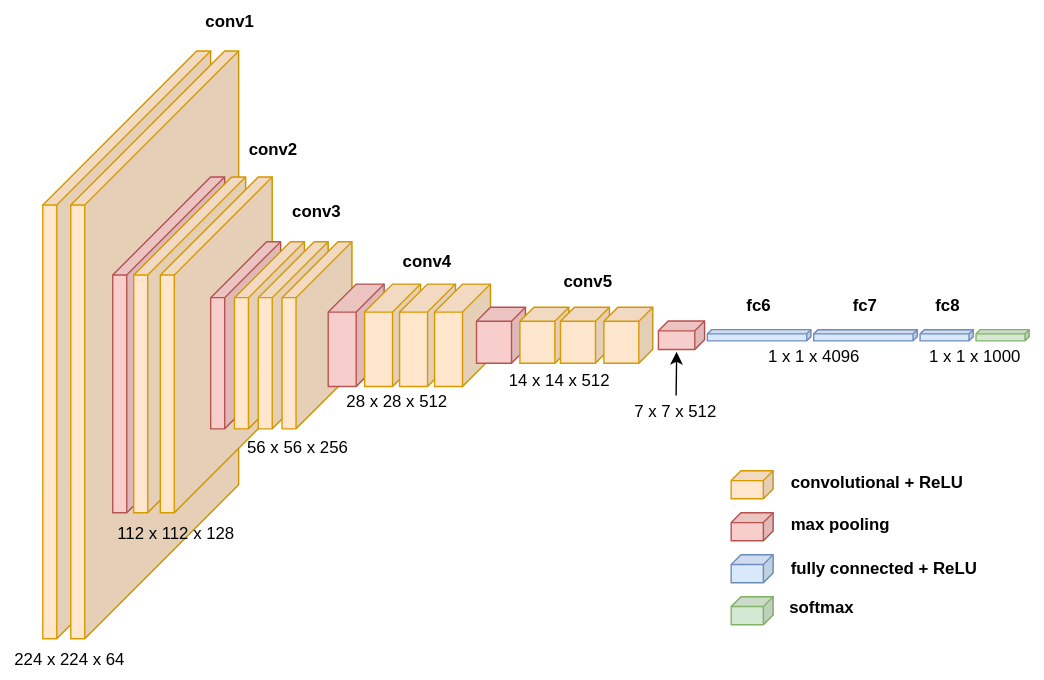
This is Untitled Diagram.drawio.svg from blackpearl006/kaggle-notebooks, a draw.io export, as it was before one commit. Source tidied: cells renumbered, new cells last; positions are measured from the earlier drawing's top-left corner, leaving out a move shared by most shapes.
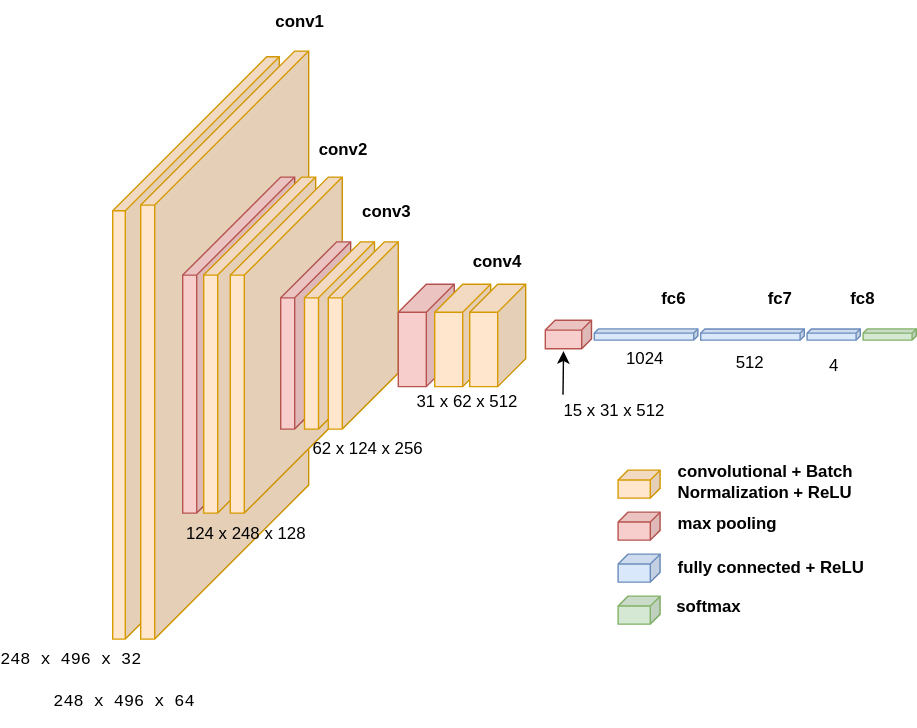
Above is the later version.

The edit, as a diff of the source:
```diff
@@ -3,7 +3,7 @@
     <mxCell id="0" />
     <mxCell id="1" parent="0" />
     <mxCell id="2" style="shape=cube;whiteSpace=wrap;html=1;boundedLbl=1;backgroundOutline=1;darkOpacity=0.05;darkOpacity2=0.1;size=110;direction=east;flipH=1;fillColor=#ffe6cc;strokeColor=#d79b00;" parent="1" vertex="1">
-      <mxGeometry x="30" y="36" width="120" height="420" as="geometry" />
+      <mxGeometry x="30" y="40" width="119" height="416" as="geometry" />
     </mxCell>
     <mxCell id="3" style="shape=cube;whiteSpace=wrap;html=1;boundedLbl=1;backgroundOutline=1;darkOpacity=0.05;darkOpacity2=0.1;size=110;direction=east;flipH=1;fillColor=#ffe6cc;strokeColor=#d79b00;" parent="1" vertex="1">
       <mxGeometry x="50" y="36" width="120" height="420" as="geometry" />
@@ -26,9 +26,6 @@
     <mxCell id="9" style="shape=cube;whiteSpace=wrap;html=1;boundedLbl=1;backgroundOutline=1;darkOpacity=0.05;darkOpacity2=0.1;size=40;direction=east;flipH=1;fillColor=#ffe6cc;strokeColor=#d79b00;" parent="1" vertex="1">
       <mxGeometry x="184" y="172.2" width="50" height="133.8" as="geometry" />
     </mxCell>
-    <mxCell id="10" style="shape=cube;whiteSpace=wrap;html=1;boundedLbl=1;backgroundOutline=1;darkOpacity=0.05;darkOpacity2=0.1;size=40;direction=east;flipH=1;fillColor=#ffe6cc;strokeColor=#d79b00;" parent="1" vertex="1">
-      <mxGeometry x="201" y="172.2" width="50" height="133.8" as="geometry" />
-    </mxCell>
     <mxCell id="11" style="shape=cube;whiteSpace=wrap;html=1;boundedLbl=1;backgroundOutline=1;darkOpacity=0.05;darkOpacity2=0.1;size=20;direction=east;flipH=1;fillColor=#f8cecc;strokeColor=#b85450;" parent="1" vertex="1">
       <mxGeometry x="234" y="202.6" width="40" height="73.1" as="geometry" />
     </mxCell>
@@ -38,41 +35,32 @@
     <mxCell id="13" style="shape=cube;whiteSpace=wrap;html=1;boundedLbl=1;backgroundOutline=1;darkOpacity=0.05;darkOpacity2=0.1;size=20;direction=east;flipH=1;fillColor=#ffe6cc;strokeColor=#d79b00;" parent="1" vertex="1">
       <mxGeometry x="285" y="202.6" width="40" height="73.1" as="geometry" />
     </mxCell>
-    <mxCell id="14" style="shape=cube;whiteSpace=wrap;html=1;boundedLbl=1;backgroundOutline=1;darkOpacity=0.05;darkOpacity2=0.1;size=20;direction=east;flipH=1;fillColor=#ffe6cc;strokeColor=#d79b00;" parent="1" vertex="1">
-      <mxGeometry x="310" y="202.6" width="40" height="73.1" as="geometry" />
-    </mxCell>
-    <mxCell id="15" style="shape=cube;whiteSpace=wrap;html=1;boundedLbl=1;backgroundOutline=1;darkOpacity=0.05;darkOpacity2=0.1;size=10;direction=east;flipH=1;fillColor=#f8cecc;strokeColor=#b85450;" parent="1" vertex="1">
-      <mxGeometry x="340" y="219.1" width="35" height="40" as="geometry" />
-    </mxCell>
-    <mxCell id="16" style="shape=cube;whiteSpace=wrap;html=1;boundedLbl=1;backgroundOutline=1;darkOpacity=0.05;darkOpacity2=0.1;size=10;direction=east;flipH=1;fillColor=#ffe6cc;strokeColor=#d79b00;" parent="1" vertex="1">
-      <mxGeometry x="371" y="219.1" width="35" height="40" as="geometry" />
-    </mxCell>
     <mxCell id="17" style="shape=cube;whiteSpace=wrap;html=1;boundedLbl=1;backgroundOutline=1;darkOpacity=0.05;darkOpacity2=0.1;size=7;direction=east;flipH=1;fillColor=#f8cecc;strokeColor=#b85450;" parent="1" vertex="1">
-      <mxGeometry x="470" y="229" width="33" height="20.3" as="geometry" />
+      <mxGeometry x="339" y="228.3" width="33" height="20.3" as="geometry" />
     </mxCell>
     <mxCell id="18" style="shape=cube;whiteSpace=wrap;html=1;boundedLbl=1;backgroundOutline=1;darkOpacity=0.05;darkOpacity2=0.1;size=3;direction=east;flipH=1;fillColor=#dae8fc;strokeColor=#6c8ebf;" parent="1" vertex="1">
-      <mxGeometry x="505" y="235.1" width="74" height="8" as="geometry" />
+      <mxGeometry x="374" y="234.4" width="74" height="8" as="geometry" />
     </mxCell>
     <mxCell id="19" style="shape=cube;whiteSpace=wrap;html=1;boundedLbl=1;backgroundOutline=1;darkOpacity=0.05;darkOpacity2=0.1;size=3;direction=east;flipH=1;fillColor=#dae8fc;strokeColor=#6c8ebf;" parent="1" vertex="1">
-      <mxGeometry x="581" y="235.1" width="74" height="8" as="geometry" />
+      <mxGeometry x="450" y="234.5" width="74" height="8" as="geometry" />
     </mxCell>
     <mxCell id="20" style="shape=cube;whiteSpace=wrap;html=1;boundedLbl=1;backgroundOutline=1;darkOpacity=0.05;darkOpacity2=0.1;size=3;direction=east;flipH=1;fillColor=#dae8fc;strokeColor=#6c8ebf;" parent="1" vertex="1">
-      <mxGeometry x="657" y="235.1" width="38" height="8" as="geometry" />
+      <mxGeometry x="526" y="234.5" width="38" height="8" as="geometry" />
     </mxCell>
     <mxCell id="21" style="shape=cube;whiteSpace=wrap;html=1;boundedLbl=1;backgroundOutline=1;darkOpacity=0.05;darkOpacity2=0.1;size=7;direction=east;flipH=1;fillColor=#ffe6cc;strokeColor=#d79b00;" parent="1" vertex="1">
-      <mxGeometry x="522" y="336" width="30" height="20" as="geometry" />
+      <mxGeometry x="391" y="335.3" width="30" height="20" as="geometry" />
     </mxCell>
     <mxCell id="22" style="shape=cube;whiteSpace=wrap;html=1;boundedLbl=1;backgroundOutline=1;darkOpacity=0.05;darkOpacity2=0.1;size=7;direction=east;flipH=1;fillColor=#f8cecc;strokeColor=#b85450;" parent="1" vertex="1">
-      <mxGeometry x="522" y="366" width="30" height="20" as="geometry" />
+      <mxGeometry x="391" y="365.3" width="30" height="20" as="geometry" />
     </mxCell>
     <mxCell id="23" style="shape=cube;whiteSpace=wrap;html=1;boundedLbl=1;backgroundOutline=1;darkOpacity=0.05;darkOpacity2=0.1;size=7;direction=east;flipH=1;fillColor=#dae8fc;strokeColor=#6c8ebf;" parent="1" vertex="1">
-      <mxGeometry x="522" y="396" width="30" height="20" as="geometry" />
+      <mxGeometry x="391" y="395.3" width="30" height="20" as="geometry" />
     </mxCell>
     <mxCell id="24" style="shape=cube;whiteSpace=wrap;html=1;boundedLbl=1;backgroundOutline=1;darkOpacity=0.05;darkOpacity2=0.1;size=3;direction=east;flipH=1;fillColor=#d5e8d4;strokeColor=#82b366;" parent="1" vertex="1">
-      <mxGeometry x="697" y="235.1" width="38" height="8" as="geometry" />
+      <mxGeometry x="566" y="234.4" width="38" height="8" as="geometry" />
     </mxCell>
     <mxCell id="25" style="shape=cube;whiteSpace=wrap;html=1;boundedLbl=1;backgroundOutline=1;darkOpacity=0.05;darkOpacity2=0.1;size=7;direction=east;flipH=1;fillColor=#d5e8d4;strokeColor=#82b366;" parent="1" vertex="1">
-      <mxGeometry x="522" y="426" width="30" height="20" as="geometry" />
+      <mxGeometry x="391" y="425.3" width="30" height="20" as="geometry" />
     </mxCell>
     <mxCell id="26" value="&lt;b&gt;conv1&lt;/b&gt;" style="text;html=1;strokeColor=none;fillColor=none;align=center;verticalAlign=middle;whiteSpace=wrap;rounded=0;" parent="1" vertex="1">
       <mxGeometry x="144" width="40" height="30" as="geometry" />
@@ -86,62 +74,58 @@
     <mxCell id="29" value="&lt;b&gt;conv4&lt;/b&gt;" style="text;html=1;strokeColor=none;fillColor=none;align=center;verticalAlign=middle;whiteSpace=wrap;rounded=0;" parent="1" vertex="1">
       <mxGeometry x="285" y="172.2" width="40" height="30" as="geometry" />
     </mxCell>
-    <mxCell id="30" value="&lt;b&gt;conv5&lt;/b&gt;" style="text;html=1;strokeColor=none;fillColor=none;align=center;verticalAlign=middle;whiteSpace=wrap;rounded=0;" parent="1" vertex="1">
-      <mxGeometry x="400" y="186" width="40" height="30" as="geometry" />
-    </mxCell>
     <mxCell id="31" value="&lt;b&gt;fc6&lt;/b&gt;" style="text;html=1;strokeColor=none;fillColor=none;align=center;verticalAlign=middle;whiteSpace=wrap;rounded=0;" parent="1" vertex="1">
-      <mxGeometry x="522" y="202.6" width="40" height="30" as="geometry" />
+      <mxGeometry x="411" y="198.3" width="40" height="30" as="geometry" />
     </mxCell>
     <mxCell id="32" value="&lt;b&gt;fc7&lt;/b&gt;" style="text;html=1;strokeColor=none;fillColor=none;align=center;verticalAlign=middle;whiteSpace=wrap;rounded=0;" parent="1" vertex="1">
-      <mxGeometry x="598" y="202.6" width="40" height="30" as="geometry" />
+      <mxGeometry x="487" y="198.3" width="40" height="30" as="geometry" />
     </mxCell>
     <mxCell id="33" value="&lt;b&gt;fc8&lt;/b&gt;" style="text;html=1;strokeColor=none;fillColor=none;align=center;verticalAlign=middle;whiteSpace=wrap;rounded=0;" parent="1" vertex="1">
-      <mxGeometry x="657" y="202.6" width="40" height="30" as="geometry" />
+      <mxGeometry x="546" y="198.3" width="40" height="30" as="geometry" />
     </mxCell>
-    <mxCell id="34" value="224 x 224 x 64" style="text;html=1;strokeColor=none;fillColor=none;align=center;verticalAlign=middle;whiteSpace=wrap;rounded=0;" parent="1" vertex="1">
-      <mxGeometry y="456" width="99" height="30" as="geometry" />
+    <mxCell id="34" value="&lt;pre&gt;248 x 496 x 64&lt;/pre&gt;" style="text;html=1;strokeColor=none;fillColor=none;align=center;verticalAlign=middle;whiteSpace=wrap;rounded=0;" parent="1" vertex="1">
+      <mxGeometry x="-11" y="486" width="99" height="30" as="geometry" />
     </mxCell>
-    <mxCell id="35" value="112 x 112 x 128" style="text;html=1;strokeColor=none;fillColor=none;align=center;verticalAlign=middle;whiteSpace=wrap;rounded=0;" parent="1" vertex="1">
+    <mxCell id="35" value="124 x 248 x 128" style="text;html=1;strokeColor=none;fillColor=none;align=center;verticalAlign=middle;whiteSpace=wrap;rounded=0;" parent="1" vertex="1">
       <mxGeometry x="76" y="366" width="99" height="30" as="geometry" />
     </mxCell>
-    <mxCell id="36" value="56 x 56 x 256" style="text;html=1;strokeColor=none;fillColor=none;align=center;verticalAlign=middle;whiteSpace=wrap;rounded=0;" parent="1" vertex="1">
+    <mxCell id="36" value="62 x 124 x 256" style="text;html=1;strokeColor=none;fillColor=none;align=center;verticalAlign=middle;whiteSpace=wrap;rounded=0;" parent="1" vertex="1">
       <mxGeometry x="163" y="305" width="99" height="30" as="geometry" />
     </mxCell>
-    <mxCell id="37" value="28 x 28 x 512" style="text;html=1;strokeColor=none;fillColor=none;align=center;verticalAlign=middle;whiteSpace=wrap;rounded=0;" parent="1" vertex="1">
+    <mxCell id="37" value="31 x 62 x 512" style="text;html=1;strokeColor=none;fillColor=none;align=center;verticalAlign=middle;whiteSpace=wrap;rounded=0;" parent="1" vertex="1">
       <mxGeometry x="234" y="272" width="99" height="30" as="geometry" />
     </mxCell>
-    <mxCell id="38" value="14 x 14 x 512" style="text;html=1;strokeColor=none;fillColor=none;align=center;verticalAlign=middle;whiteSpace=wrap;rounded=0;" parent="1" vertex="1">
-      <mxGeometry x="350" y="257.1" width="99" height="30" as="geometry" />
-    </mxCell>
-    <mxCell id="39" style="shape=cube;whiteSpace=wrap;html=1;boundedLbl=1;backgroundOutline=1;darkOpacity=0.05;darkOpacity2=0.1;size=10;direction=east;flipH=1;fillColor=#ffe6cc;strokeColor=#d79b00;" parent="1" vertex="1">
-      <mxGeometry x="400" y="219.1" width="35" height="40" as="geometry" />
-    </mxCell>
-    <mxCell id="40" style="shape=cube;whiteSpace=wrap;html=1;boundedLbl=1;backgroundOutline=1;darkOpacity=0.05;darkOpacity2=0.1;size=10;direction=east;flipH=1;fillColor=#ffe6cc;strokeColor=#d79b00;" parent="1" vertex="1">
-      <mxGeometry x="431" y="219.1" width="35" height="40" as="geometry" />
-    </mxCell>
-    <mxCell id="41" value="7 x 7 x 512" style="text;html=1;strokeColor=none;fillColor=none;align=center;verticalAlign=middle;whiteSpace=wrap;rounded=0;" parent="1" vertex="1">
-      <mxGeometry x="433" y="282.1" width="99" height="23.9" as="geometry" />
+    <mxCell id="41" value="15 x 31 x 512" style="text;html=1;strokeColor=none;fillColor=none;align=center;verticalAlign=middle;whiteSpace=wrap;rounded=0;" parent="1" vertex="1">
+      <mxGeometry x="339" y="281.4" width="99" height="23.9" as="geometry" />
     </mxCell>
-    <mxCell id="42" style="endArrow=classic;html=1;entryX=0.605;entryY=1.084;entryDx=0;entryDy=0;entryPerimeter=0;" parent="1" edge="1" source="41" target="17">
-      <mxGeometry relative="1" as="geometry" />
+    <mxCell id="42" style="endArrow=classic;html=1;entryX=0.605;entryY=1.084;entryDx=0;entryDy=0;entryPerimeter=0;" parent="1" edge="1" target="17">
+      <mxGeometry relative="1" as="geometry">
+        <mxPoint x="351.6" y="281.4" as="sourcePoint" />
+      </mxGeometry>
     </mxCell>
-    <mxCell id="43" value="1 x 1 x 4096" style="text;html=1;strokeColor=none;fillColor=none;align=center;verticalAlign=middle;whiteSpace=wrap;rounded=0;" parent="1" vertex="1">
-      <mxGeometry x="532" y="243.1" width="99" height="24" as="geometry" />
+    <mxCell id="43" value="1024" style="text;html=1;strokeColor=none;fillColor=none;align=center;verticalAlign=middle;whiteSpace=wrap;rounded=0;" parent="1" vertex="1">
+      <mxGeometry x="372" y="248.6" width="77" height="15" as="geometry" />
     </mxCell>
-    <mxCell id="44" value="1 x 1 x 1000" style="text;html=1;strokeColor=none;fillColor=none;align=center;verticalAlign=middle;whiteSpace=wrap;rounded=0;" parent="1" vertex="1">
-      <mxGeometry x="647" y="243.1" width="99" height="24" as="geometry" />
+    <mxCell id="44" value="4" style="text;html=1;strokeColor=none;fillColor=none;align=center;verticalAlign=middle;whiteSpace=wrap;rounded=0;" parent="1" vertex="1">
+      <mxGeometry x="495.5" y="248.6" width="99" height="24" as="geometry" />
     </mxCell>
-    <mxCell id="45" value="convolutional + ReLU" style="text;html=1;strokeColor=none;fillColor=none;align=left;verticalAlign=middle;whiteSpace=wrap;rounded=0;fontStyle=1;" parent="1" vertex="1">
-      <mxGeometry x="563" y="333.1" width="138" height="23.9" as="geometry" />
+    <mxCell id="45" value="convolutional + Batch Normalization + ReLU" style="text;html=1;strokeColor=none;fillColor=none;align=left;verticalAlign=middle;whiteSpace=wrap;rounded=0;fontStyle=1;" parent="1" vertex="1">
+      <mxGeometry x="432" y="332.4" width="138" height="23.9" as="geometry" />
     </mxCell>
     <mxCell id="46" value="max pooling" style="text;html=1;strokeColor=none;fillColor=none;align=left;verticalAlign=middle;whiteSpace=wrap;rounded=0;fontStyle=1;" parent="1" vertex="1">
-      <mxGeometry x="563" y="363.1" width="138" height="23.9" as="geometry" />
+      <mxGeometry x="432" y="362.4" width="138" height="23.9" as="geometry" />
     </mxCell>
     <mxCell id="47" value="fully connected + ReLU" style="text;html=1;strokeColor=none;fillColor=none;align=left;verticalAlign=middle;whiteSpace=wrap;rounded=0;fontStyle=1;" parent="1" vertex="1">
-      <mxGeometry x="563" y="394.1" width="138" height="23.9" as="geometry" />
+      <mxGeometry x="432" y="393.4" width="138" height="23.9" as="geometry" />
     </mxCell>
     <mxCell id="48" value="softmax" style="text;html=1;strokeColor=none;fillColor=none;align=left;verticalAlign=middle;whiteSpace=wrap;rounded=0;fontStyle=1;" parent="1" vertex="1">
-      <mxGeometry x="562" y="422.1" width="138" height="23.9" as="geometry" />
+      <mxGeometry x="431" y="421.4" width="138" height="23.9" as="geometry" />
     </mxCell>
+    <mxCell id="49" value="&lt;pre&gt;248 x 496 x 32&lt;/pre&gt;" style="text;html=1;strokeColor=none;fillColor=none;align=center;verticalAlign=middle;whiteSpace=wrap;rounded=0;" parent="1" vertex="1">
+      <mxGeometry x="-49" y="456" width="99" height="30" as="geometry" />
+    </mxCell>
+    <mxCell id="50" value="512" style="text;html=1;strokeColor=none;fillColor=none;align=center;verticalAlign=middle;whiteSpace=wrap;rounded=0;" parent="1" vertex="1">
+      <mxGeometry x="447" y="251.5" width="77" height="15" as="geometry" />
+    </mxCell>
   </root>
 </mxGraphModel>
```
